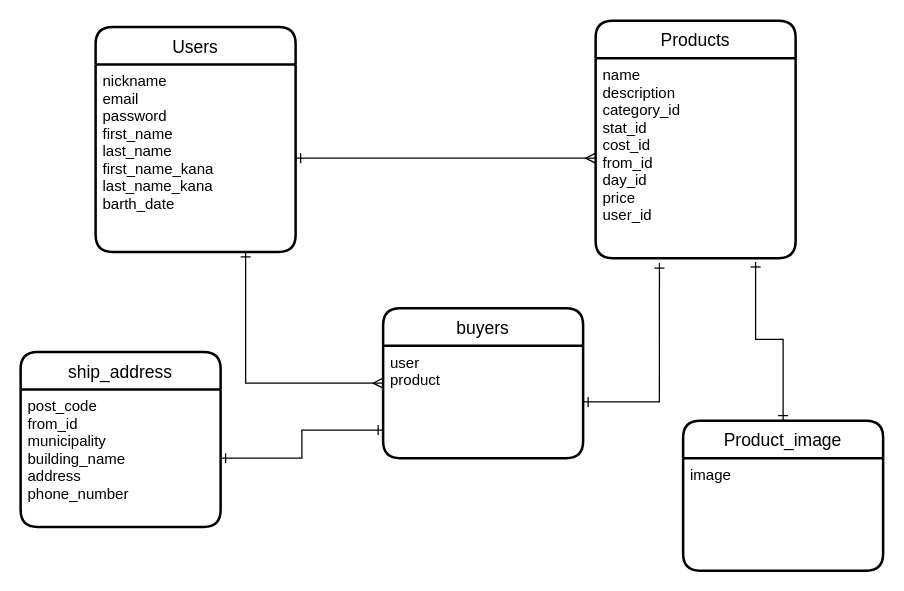
Before: furima.dio in t-willi-28/furima-35545, a draw.io diagram. Source tidied: cells renumbered, new cells numbered last; positions are measured from the earlier drawing's top-left corner, leaving out a move shared by most shapes. Both pictures are drawn from the tidied source at 125%, with x=0, y=0 at pixel (20, 20).
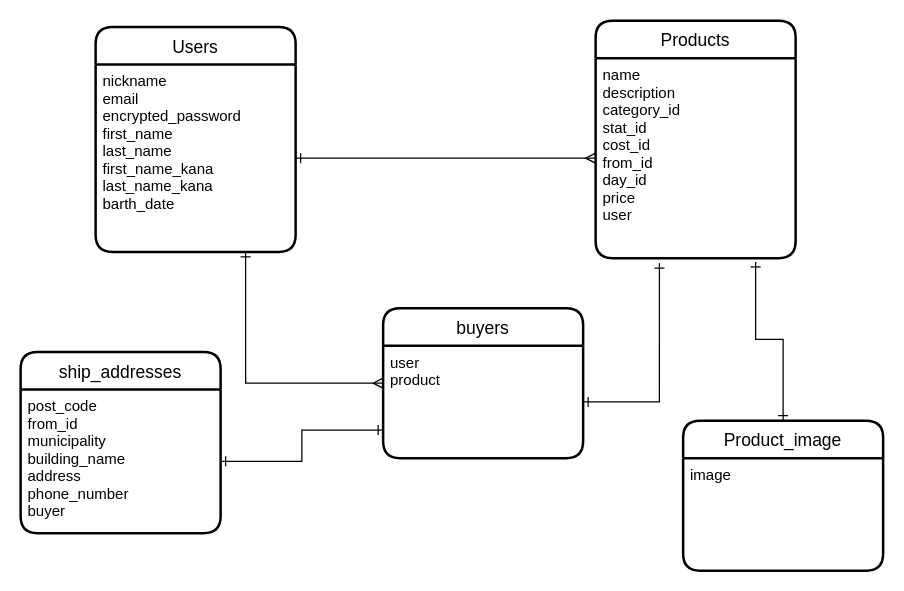
The same page after the edit.

The edit, as a diff of the source:
```diff
@@
 <mxGraphModel>
   <root>
     <mxCell id="0" />
     <mxCell id="1" parent="0" />
     <mxCell id="2" value="Users" style="swimlane;horizontal=1;startSize=30;rounded=1;fontSize=14;fontStyle=0;strokeWidth=2;shadow=0;dashed=0;align=center;" parent="1" vertex="1">
       <mxGeometry x="60" y="5" width="160" height="180" as="geometry" />
     </mxCell>
-    <mxCell id="3" value="nickname&#10;email&#10;password&#10;first_name&#10;last_name&#10;first_name_kana&#10;last_name_kana&#10;barth_date" style="align=left;strokeColor=none;fillColor=none;spacingLeft=4;fontSize=12;verticalAlign=top;" parent="2" vertex="1">
+    <mxCell id="3" value="nickname&#10;email&#10;encrypted_password&#10;first_name&#10;last_name&#10;first_name_kana&#10;last_name_kana&#10;barth_date" style="align=left;strokeColor=none;fillColor=none;spacingLeft=4;fontSize=12;verticalAlign=top;" parent="2" vertex="1">
       <mxGeometry y="30" width="160" height="150" as="geometry" />
     </mxCell>
     <mxCell id="4" value="Products" style="swimlane;horizontal=1;startSize=30;rounded=1;fontSize=14;fontStyle=0;strokeWidth=2;shadow=0;dashed=0;align=center;" parent="1" vertex="1">
       <mxGeometry x="460" width="160" height="190" as="geometry" />
     </mxCell>
-    <mxCell id="5" value="name&#10;description&#10;category_id&#10;stat_id&#10;cost_id&#10;from_id&#10;day_id&#10;price&#10;user_id" style="align=left;strokeColor=none;fillColor=none;spacingLeft=4;fontSize=12;verticalAlign=top;" parent="4" vertex="1">
+    <mxCell id="5" value="name&#10;description&#10;category_id&#10;stat_id&#10;cost_id&#10;from_id&#10;day_id&#10;price&#10;user" style="align=left;strokeColor=none;fillColor=none;spacingLeft=4;fontSize=12;verticalAlign=top;" parent="4" vertex="1">
       <mxGeometry y="30" width="160" height="160" as="geometry" />
     </mxCell>
-    <mxCell id="6" value="ship_address" style="swimlane;horizontal=1;startSize=30;rounded=1;fontSize=14;fontStyle=0;strokeWidth=2;shadow=0;dashed=0;align=center;" parent="1" vertex="1">
-      <mxGeometry y="265" width="160" height="140" as="geometry" />
+    <mxCell id="6" value="ship_addresses" style="swimlane;horizontal=1;startSize=30;rounded=1;fontSize=14;fontStyle=0;strokeWidth=2;shadow=0;dashed=0;align=center;" parent="1" vertex="1">
+      <mxGeometry y="265" width="160" height="145" as="geometry" />
     </mxCell>
-    <mxCell id="7" value="post_code&#10;from_id&#10;municipality&#10;building_name&#10;address&#10;phone_number" style="align=left;strokeColor=none;fillColor=none;spacingLeft=4;fontSize=12;verticalAlign=top;" parent="6" vertex="1">
-      <mxGeometry y="30" width="160" height="110" as="geometry" />
+    <mxCell id="7" value="post_code&#10;from_id&#10;municipality&#10;building_name&#10;address&#10;phone_number&#10;buyer" style="align=left;strokeColor=none;fillColor=none;spacingLeft=4;fontSize=12;verticalAlign=top;" parent="6" vertex="1">
+      <mxGeometry y="30" width="160" height="115" as="geometry" />
     </mxCell>
     <mxCell id="8" value="buyers" style="swimlane;horizontal=1;startSize=30;rounded=1;fontSize=14;fontStyle=0;strokeWidth=2;shadow=0;dashed=0;align=center;" parent="1" vertex="1">
       <mxGeometry x="290" y="230" width="160" height="120" as="geometry" />
     </mxCell>
     <mxCell id="9" value="user&#10;product" style="align=left;strokeColor=none;fillColor=none;spacingLeft=4;fontSize=12;verticalAlign=top;" parent="8" vertex="1">
       <mxGeometry y="30" width="160" height="90" as="geometry" />
     </mxCell>
     <mxCell id="10" style="edgeStyle=orthogonalEdgeStyle;rounded=0;jettySize=auto;html=1;exitX=1;exitY=0.5;exitDx=0;exitDy=0;entryX=0.319;entryY=1.025;entryDx=0;entryDy=0;entryPerimeter=0;endArrow=ERone;endFill=0;startArrow=ERone;startFill=0;" parent="1" edge="1" source="9" target="5">
       <mxGeometry relative="1" as="geometry" />
     </mxCell>
     <mxCell id="11" value="Product_image" style="swimlane;horizontal=1;startSize=30;rounded=1;fontSize=14;fontStyle=0;strokeWidth=2;shadow=0;dashed=0;align=center;" parent="1" vertex="1">
       <mxGeometry x="530" y="320" width="160" height="120" as="geometry" />
     </mxCell>
     <mxCell id="12" value="image" style="align=left;strokeColor=none;fillColor=none;spacingLeft=4;fontSize=12;verticalAlign=top;" parent="11" vertex="1">
       <mxGeometry y="30" width="160" height="90" as="geometry" />
     </mxCell>
     <mxCell id="13" style="edgeStyle=orthogonalEdgeStyle;rounded=0;jettySize=auto;html=1;exitX=0.5;exitY=0;exitDx=0;exitDy=0;entryX=0.8;entryY=1.019;entryDx=0;entryDy=0;entryPerimeter=0;sourcePerimeterSpacing=0;endArrow=ERone;endFill=0;endSize=6;startSize=6;startArrow=ERone;startFill=0;" parent="1" edge="1" source="11" target="5">
       <mxGeometry relative="1" as="geometry" />
     </mxCell>
     <mxCell id="14" style="edgeStyle=orthogonalEdgeStyle;rounded=0;jettySize=auto;html=1;exitX=1;exitY=0.5;exitDx=0;exitDy=0;entryX=0;entryY=0.5;entryDx=0;entryDy=0;startArrow=ERone;startFill=0;startSize=6;sourcePerimeterSpacing=0;endArrow=ERmany;endFill=0;endSize=6;" parent="1" edge="1" source="3" target="5">
       <mxGeometry relative="1" as="geometry" />
     </mxCell>
     <mxCell id="15" style="edgeStyle=orthogonalEdgeStyle;rounded=0;jettySize=auto;html=1;exitX=0.75;exitY=1;exitDx=0;exitDy=0;entryX=0;entryY=0.5;entryDx=0;entryDy=0;startArrow=ERone;startFill=0;startSize=6;sourcePerimeterSpacing=0;endArrow=ERmany;endFill=0;endSize=6;" parent="1" edge="1" source="3" target="8">
       <mxGeometry relative="1" as="geometry" />
     </mxCell>
     <mxCell id="16" style="edgeStyle=orthogonalEdgeStyle;rounded=0;jettySize=auto;html=1;exitX=1;exitY=0.5;exitDx=0;exitDy=0;entryX=0;entryY=0.75;entryDx=0;entryDy=0;startArrow=ERone;startFill=0;endArrow=ERone;endFill=0;" parent="1" edge="1" source="7" target="9">
       <mxGeometry relative="1" as="geometry" />
     </mxCell>
   </root>
 </mxGraphModel>
```
